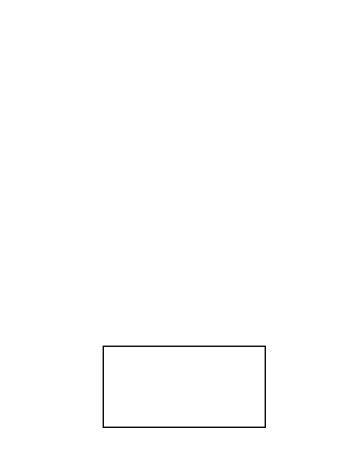
Above: 未命名绘图.drawio in wu0hgl/note (draw.io), before the change. Source tidied: cells renumbered, new cells numbered last; positions are measured from the earlier drawing's top-left corner, leaving out a move shared by most shapes. Both pictures are drawn from the tidied source at 135%, with x=0, y=0 at pixel (103, 346).
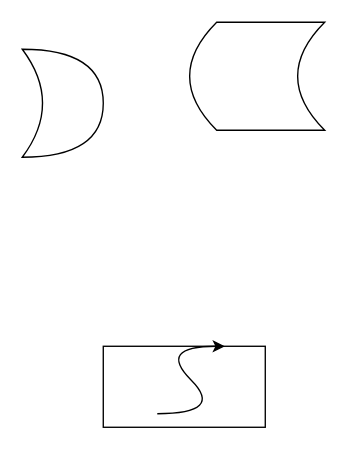
The same diagram, later.

Commit message (it also covers changes not shown here):
更新未命名绘图.drawio

Change to the diagram source:
```diff
@@
 <mxGraphModel>
   <root>
     <mxCell id="0" />
     <mxCell id="1" parent="0" />
     <mxCell id="2" style="rounded=0;whiteSpace=wrap;html=1;" parent="1" vertex="1">
       <mxGeometry width="120" height="60" as="geometry" />
     </mxCell>
+    <mxCell id="3" style="curved=1;endArrow=classic;html=1;" parent="1" edge="1">
+      <mxGeometry relative="1" as="geometry">
+        <mxPoint x="40" y="50" as="sourcePoint" />
+        <mxPoint x="90" as="targetPoint" />
+        <Array as="points">
+          <mxPoint x="90" y="50" />
+          <mxPoint x="40" />
+        </Array>
+      </mxGeometry>
+    </mxCell>
+    <mxCell id="4" style="shape=dataStorage;whiteSpace=wrap;html=1;fixedSize=1;" parent="1" vertex="1">
+      <mxGeometry x="64" y="-240" width="100" height="80" as="geometry" />
+    </mxCell>
+    <mxCell id="5" style="shape=xor;whiteSpace=wrap;html=1;" parent="1" vertex="1">
+      <mxGeometry x="-60" y="-220" width="60" height="80" as="geometry" />
+    </mxCell>
   </root>
 </mxGraphModel>
```
